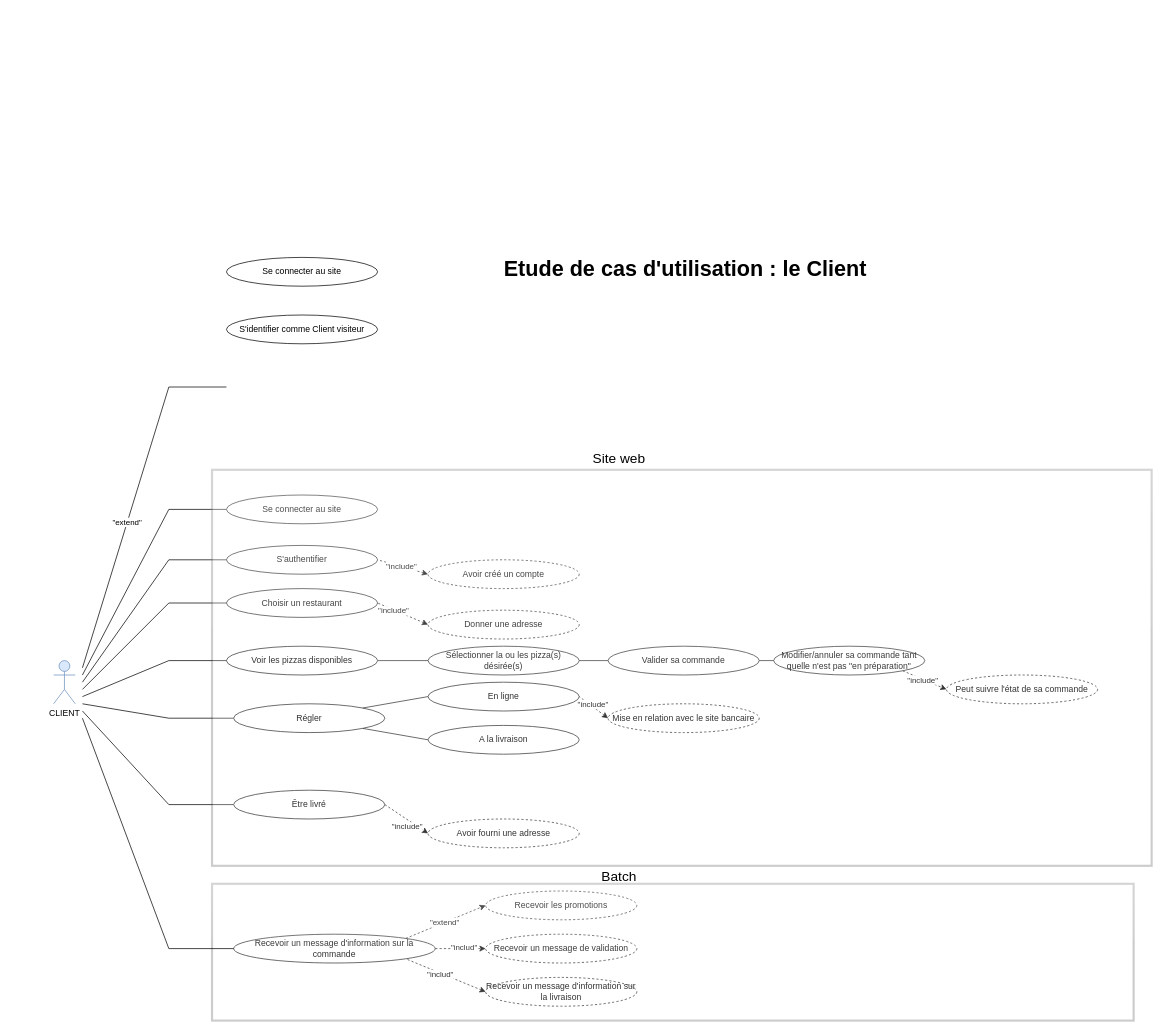
This is 1.drawio from OMorlotti/P4-analyser-les-besoin-de-mon-client-pour-son-groupe-de-pizzerias, a draw.io file, before an edit. Source tidied: cells renumbered, new cells numbered last; positions are measured from the earlier drawing's top-left corner, leaving out a move shared by most shapes. Both pictures are drawn from the tidied source at 72%, with x=0, y=0 at pixel (53, 250).
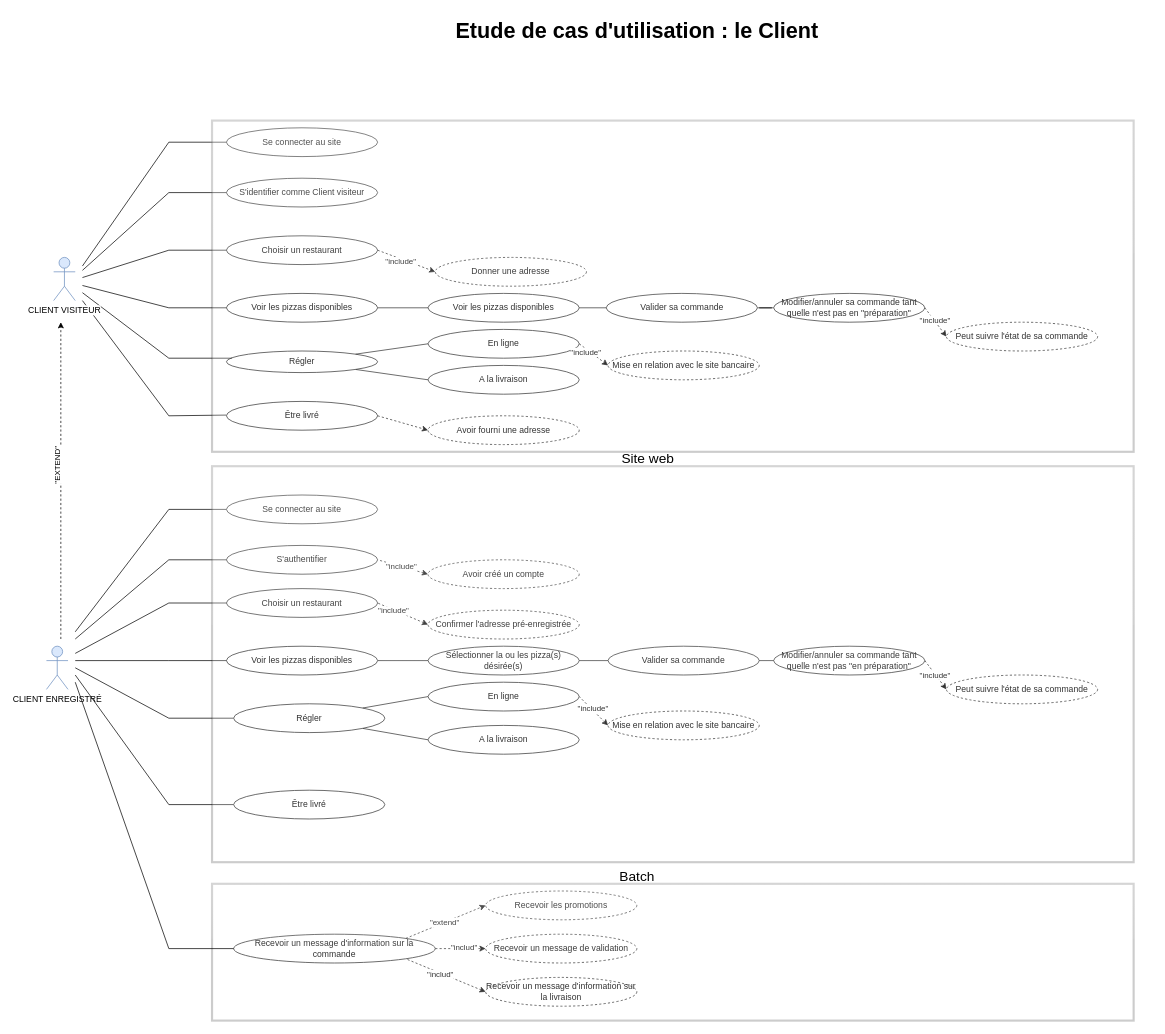
The same page after the edit.

Unchanged cells that the change refers to:
```xml
<mxCell id="16" value="Modifier/annuler sa commande tant quelle n'est pas &quot;en préparation&quot;" style="ellipse;whiteSpace=wrap;html=1;" parent="1" vertex="1">
  <mxGeometry x="1000" y="550" width="210" height="40" as="geometry" />
</mxCell>
<mxCell id="19" value="Peut suivre l'état de sa commande" style="ellipse;whiteSpace=wrap;html=1;dashed=1;" parent="1" vertex="1">
  <mxGeometry x="1240" y="590" width="210" height="40" as="geometry" />
</mxCell>
<mxCell id="32" value="Être livré" style="ellipse;whiteSpace=wrap;html=1;" parent="1" vertex="1">
  <mxGeometry x="250" y="750" width="210" height="40" as="geometry" />
</mxCell>
```

What changed in the source:
```diff
@@
-    <mxCell id="2" value="CLIENT" style="shape=umlActor;verticalLabelPosition=bottom;labelBackgroundColor=#ffffff;verticalAlign=top;html=1;fillColor=#dae8fc;strokeColor=#6c8ebf;" parent="1" vertex="1">
-      <mxGeometry y="570" width="30" height="60" as="geometry" />
+    <mxCell id="2" value="CLIENT ENREGISTRÉ" style="shape=umlActor;verticalLabelPosition=bottom;labelBackgroundColor=#ffffff;verticalAlign=top;html=1;fillColor=#dae8fc;strokeColor=#6c8ebf;" parent="1" vertex="1">
+      <mxGeometry x="-10" y="550" width="30" height="60" as="geometry" />
     </mxCell>
     <mxCell id="3" style="endArrow=none;html=1;endFill=0;" parent="1" edge="1">
       <mxGeometry relative="1" as="geometry">
-        <mxPoint x="40" y="590" as="sourcePoint" />
+        <mxPoint x="30" y="530" as="sourcePoint" />
         <mxPoint x="160" y="360" as="targetPoint" />
       </mxGeometry>
     </mxCell>
@@
     <mxCell id="9" style="endArrow=none;html=1;" parent="1" edge="1">
       <mxGeometry relative="1" as="geometry">
-        <mxPoint x="40" y="600" as="sourcePoint" />
+        <mxPoint x="30" y="540" as="sourcePoint" />
         <mxPoint x="160" y="430" as="targetPoint" />
       </mxGeometry>
     </mxCell>
@@
-    <mxCell id="17" style="endArrow=classic;dashed=1;html=1;exitX=1;exitY=1;exitDx=0;exitDy=0;entryX=0;entryY=0.5;entryDx=0;entryDy=0;startArrow=none;startFill=0;endFill=1;" parent="1" edge="1" source="16" target="19">
+    <mxCell id="17" style="endArrow=classic;dashed=1;html=1;exitX=1;exitY=0.5;exitDx=0;exitDy=0;entryX=0;entryY=0.5;entryDx=0;entryDy=0;startArrow=none;startFill=0;endFill=1;" parent="1" edge="1" source="16" target="19">
       <mxGeometry relative="1" as="geometry" />
     </mxCell>
@@
     <mxCell id="30" value="Mise en relation avec le site bancaire" style="ellipse;whiteSpace=wrap;html=1;dashed=1;" parent="1" vertex="1">
-      <mxGeometry x="770" y="630" width="210" height="40" as="geometry" />
+      <mxGeometry x="770" y="640" width="210" height="40" as="geometry" />
     </mxCell>
@@
-    <mxCell id="33" value="Avoir fourni une adresse" style="ellipse;whiteSpace=wrap;html=1;dashed=1;" parent="1" vertex="1">
-      <mxGeometry x="520" y="790" width="210" height="40" as="geometry" />
-    </mxCell>
@@
-    <mxCell id="36" value="Donner une adresse" style="ellipse;whiteSpace=wrap;html=1;dashed=1;" parent="1" vertex="1">
+    <mxCell id="36" value="Confirmer l'adresse pré-enregistrée" style="ellipse;whiteSpace=wrap;html=1;dashed=1;" parent="1" vertex="1">
       <mxGeometry x="520" y="500" width="210" height="40" as="geometry" />
     </mxCell>
@@
     <mxCell id="38" style="endArrow=none;html=1;" parent="1" edge="1">
       <mxGeometry relative="1" as="geometry">
-        <mxPoint x="40" y="610" as="sourcePoint" />
+        <mxPoint x="30" y="560" as="sourcePoint" />
         <mxPoint x="160" y="490" as="targetPoint" />
       </mxGeometry>
     </mxCell>
@@
-    <mxCell id="41" style="endArrow=classic;html=1;dashed=1;entryX=0;entryY=0.5;entryDx=0;entryDy=0;startArrow=none;startFill=0;endFill=1;exitX=1;exitY=0.5;exitDx=0;exitDy=0;" parent="1" edge="1" source="32" target="33">
-      <mxGeometry relative="1" as="geometry" />
-    </mxCell>
-    <mxCell id="42" value="&quot;include&quot;&lt;br&gt;" style="edgeLabel;html=1;align=center;verticalAlign=middle;" parent="41" vertex="1">
-      <mxGeometry x="0.41" y="1" relative="1" as="geometry">
-        <mxPoint x="-12.4" y="3.2" as="offset" />
-      </mxGeometry>
-    </mxCell>
     <mxCell id="43" style="endArrow=none;html=1;" parent="1" edge="1">
       <mxGeometry relative="1" as="geometry">
-        <mxPoint x="40" y="620" as="sourcePoint" />
+        <mxPoint x="30" y="570" as="sourcePoint" />
         <mxPoint x="160" y="570" as="targetPoint" />
       </mxGeometry>
     </mxCell>
     <mxCell id="44" style="endArrow=none;html=1;" parent="1" edge="1">
       <mxGeometry relative="1" as="geometry">
         <mxPoint x="160" y="650" as="sourcePoint" />
-        <mxPoint x="40" y="630" as="targetPoint" />
+        <mxPoint x="30" y="580" as="targetPoint" />
       </mxGeometry>
     </mxCell>
     <mxCell id="45" style="endArrow=none;html=1;" parent="1" edge="1">
       <mxGeometry relative="1" as="geometry">
         <mxPoint x="160" y="770" as="sourcePoint" />
-        <mxPoint x="40" y="640" as="targetPoint" />
+        <mxPoint x="30" y="590" as="targetPoint" />
       </mxGeometry>
     </mxCell>
     <mxCell id="46" value="&lt;font size=&quot;1&quot;&gt;&lt;b style=&quot;font-size: 30px&quot;&gt;Etude de cas d'utilisation : le Client&lt;/b&gt;&lt;/font&gt;" style="text;html=1;strokeColor=none;fillColor=#ffffff;align=center;verticalAlign=middle;whiteSpace=wrap;rounded=0;" parent="1" vertex="1">
-      <mxGeometry x="600" width="555" height="50" as="geometry" />
+      <mxGeometry x="532.5" y="-330" width="555" height="50" as="geometry" />
     </mxCell>
     <mxCell id="47" value="&lt;font style=&quot;font-size: 19px&quot;&gt;Site web&lt;/font&gt;" style="text;html=1;align=center;verticalAlign=middle;" parent="1" vertex="1">
-      <mxGeometry x="740" y="280" width="90" height="20" as="geometry" />
+      <mxGeometry x="780" y="280" width="90" height="20" as="geometry" />
     </mxCell>
@@
     <mxCell id="49" style="endArrow=none;html=1;" parent="1" edge="1">
       <mxGeometry relative="1" as="geometry">
-        <mxPoint x="40" y="650" as="sourcePoint" />
+        <mxPoint x="30" y="600" as="sourcePoint" />
         <mxPoint x="160" y="970" as="targetPoint" />
       </mxGeometry>
     </mxCell>
@@
     <mxCell id="60" value="&lt;font style=&quot;font-size: 19px&quot;&gt;Batch&lt;/font&gt;" style="text;html=1;align=center;verticalAlign=middle;" parent="1" vertex="1">
-      <mxGeometry x="755" y="860" width="60" height="20" as="geometry" />
+      <mxGeometry x="780" y="860" width="60" height="20" as="geometry" />
     </mxCell>
@@
     <mxCell id="62" style="rounded=0;whiteSpace=wrap;html=1;fillColor=#ffffff;strokeWidth=3;strokeColor=#000000;opacity=20;glass=1;perimeterSpacing=0;" parent="1" vertex="1">
-      <mxGeometry x="220" y="305" width="1305" height="550" as="geometry" />
+      <mxGeometry x="220" y="300" width="1280" height="550" as="geometry" />
     </mxCell>
     <mxCell id="63" style="endArrow=none;html=1;" parent="1" edge="1">
       <mxGeometry relative="1" as="geometry">
-        <mxPoint x="40" y="580" as="sourcePoint" />
-        <mxPoint x="160" y="190" as="targetPoint" />
+        <mxPoint x="40" y="70" as="sourcePoint" />
+        <mxPoint x="160" y="230" as="targetPoint" />
       </mxGeometry>
     </mxCell>
-    <mxCell id="64" value="&quot;extend&quot;" style="edgeLabel;html=1;align=center;verticalAlign=middle;rotation=0;" parent="63" vertex="1">
-      <mxGeometry x="0.04" y="1" relative="1" as="geometry" />
-    </mxCell>
     <mxCell id="65" style="endArrow=none;html=1;" parent="1" edge="1">
       <mxGeometry relative="1" as="geometry">
-        <mxPoint x="160" y="190" as="sourcePoint" />
-        <mxPoint x="240" y="190" as="targetPoint" />
+        <mxPoint x="160" y="230" as="sourcePoint" />
+        <mxPoint x="240" y="229" as="targetPoint" />
       </mxGeometry>
     </mxCell>
     <mxCell id="66" value="Se connecter au site" style="ellipse;whiteSpace=wrap;html=1;" parent="1" vertex="1">
-      <mxGeometry x="240" y="10" width="210" height="40" as="geometry" />
+      <mxGeometry x="240" y="-170" width="210" height="40" as="geometry" />
     </mxCell>
     <mxCell id="67" value="S'identifier comme Client visiteur" style="ellipse;whiteSpace=wrap;html=1;" parent="1" vertex="1">
-      <mxGeometry x="240" y="90" width="210" height="40" as="geometry" />
+      <mxGeometry x="240" y="-100" width="210" height="40" as="geometry" />
     </mxCell>
+    <mxCell id="68" value="Choisir un restaurant" style="ellipse;whiteSpace=wrap;html=1;" parent="1" vertex="1">
+      <mxGeometry x="240" y="-20" width="210" height="40" as="geometry" />
+    </mxCell>
+    <mxCell id="69" value="Donner une adresse" style="ellipse;whiteSpace=wrap;html=1;dashed=1;" parent="1" vertex="1">
+      <mxGeometry x="530" y="10" width="210" height="40" as="geometry" />
+    </mxCell>
+    <mxCell id="70" style="endArrow=classic;html=1;entryX=0;entryY=0.5;entryDx=0;entryDy=0;exitX=1;exitY=0.5;exitDx=0;exitDy=0;dashed=1;" parent="1" edge="1" source="68" target="69">
+      <mxGeometry relative="1" as="geometry" />
+    </mxCell>
+    <mxCell id="71" value="&quot;include&quot;" style="edgeLabel;html=1;align=center;verticalAlign=middle;" parent="70" vertex="1">
+      <mxGeometry x="-0.17" y="-3" relative="1" as="geometry" />
+    </mxCell>
+    <mxCell id="72" style="edgeStyle=orthogonalEdgeStyle;rounded=0;jettySize=auto;html=1;endArrow=none;endFill=0;" parent="1" edge="1" source="73" target="74">
+      <mxGeometry relative="1" as="geometry" />
+    </mxCell>
+    <mxCell id="73" value="Voir les pizzas disponibles" style="ellipse;whiteSpace=wrap;html=1;" parent="1" vertex="1">
+      <mxGeometry x="240" y="60" width="210" height="40" as="geometry" />
+    </mxCell>
+    <mxCell id="74" value="Voir les pizzas disponibles" style="ellipse;whiteSpace=wrap;html=1;" parent="1" vertex="1">
+      <mxGeometry x="520" y="60" width="210" height="40" as="geometry" />
+    </mxCell>
+    <mxCell id="75" style="edgeStyle=orthogonalEdgeStyle;rounded=0;jettySize=auto;html=1;endArrow=none;endFill=0;" parent="1" edge="1" source="76" target="77">
+      <mxGeometry relative="1" as="geometry" />
+    </mxCell>
+    <mxCell id="76" value="Valider sa commande" style="ellipse;whiteSpace=wrap;html=1;" parent="1" vertex="1">
+      <mxGeometry x="767.5" y="60" width="210" height="40" as="geometry" />
+    </mxCell>
+    <mxCell id="77" value="Modifier/annuler sa commande tant quelle n'est pas en &quot;préparation&quot;" style="ellipse;whiteSpace=wrap;html=1;" parent="1" vertex="1">
+      <mxGeometry x="1000" y="60" width="210" height="40" as="geometry" />
+    </mxCell>
+    <mxCell id="78" style="endArrow=none;html=1;entryX=0;entryY=0.5;entryDx=0;entryDy=0;exitX=1;exitY=0.5;exitDx=0;exitDy=0;" parent="1" edge="1" source="74" target="76">
+      <mxGeometry relative="1" as="geometry" />
+    </mxCell>
+    <mxCell id="79" value="Peut suivre l'état de sa commande" style="ellipse;whiteSpace=wrap;html=1;dashed=1;" parent="1" vertex="1">
+      <mxGeometry x="1240" y="100" width="210" height="40" as="geometry" />
+    </mxCell>
+    <mxCell id="80" style="endArrow=classic;html=1;entryX=0;entryY=0.5;entryDx=0;entryDy=0;exitX=1;exitY=0.5;exitDx=0;exitDy=0;dashed=1;" parent="1" edge="1" source="77" target="79">
+      <mxGeometry relative="1" as="geometry" />
+    </mxCell>
+    <mxCell id="81" value="&quot;include&quot;" style="edgeLabel;html=1;align=center;verticalAlign=middle;" parent="80" vertex="1">
+      <mxGeometry x="-0.18" y="1" relative="1" as="geometry" />
+    </mxCell>
+    <mxCell id="82" value="Régler" style="ellipse;whiteSpace=wrap;html=1;" parent="1" vertex="1">
+      <mxGeometry x="240" y="140" width="210" height="30" as="geometry" />
+    </mxCell>
+    <mxCell id="83" value="En ligne" style="ellipse;whiteSpace=wrap;html=1;" parent="1" vertex="1">
+      <mxGeometry x="520" y="110" width="210" height="40" as="geometry" />
+    </mxCell>
+    <mxCell id="84" value="A la livraison" style="ellipse;whiteSpace=wrap;html=1;" parent="1" vertex="1">
+      <mxGeometry x="520" y="160" width="210" height="40" as="geometry" />
+    </mxCell>
+    <mxCell id="85" style="endArrow=none;html=1;entryX=0;entryY=0.5;entryDx=0;entryDy=0;exitX=1;exitY=0;exitDx=0;exitDy=0;" parent="1" edge="1" source="82" target="83">
+      <mxGeometry relative="1" as="geometry" />
+    </mxCell>
+    <mxCell id="86" style="endArrow=none;html=1;exitX=1;exitY=1;exitDx=0;exitDy=0;entryX=0;entryY=0.5;entryDx=0;entryDy=0;" parent="1" edge="1" source="82" target="84">
+      <mxGeometry relative="1" as="geometry" />
+    </mxCell>
+    <mxCell id="87" value="Mise en relation avec le site bancaire" style="ellipse;whiteSpace=wrap;html=1;dashed=1;" parent="1" vertex="1">
+      <mxGeometry x="770" y="140" width="210" height="40" as="geometry" />
+    </mxCell>
+    <mxCell id="88" style="endArrow=classic;html=1;entryX=0;entryY=0.5;entryDx=0;entryDy=0;exitX=1;exitY=0.5;exitDx=0;exitDy=0;dashed=1;" parent="1" edge="1" source="83" target="87">
+      <mxGeometry relative="1" as="geometry" />
+    </mxCell>
+    <mxCell id="89" value="&quot;include&quot;" style="edgeLabel;html=1;align=center;verticalAlign=middle;" parent="88" vertex="1">
+      <mxGeometry x="-0.43" y="-4" relative="1" as="geometry" />
+    </mxCell>
+    <mxCell id="90" value="Être livré" style="ellipse;whiteSpace=wrap;html=1;" parent="1" vertex="1">
+      <mxGeometry x="240" y="210" width="210" height="40" as="geometry" />
+    </mxCell>
+    <mxCell id="33" value="Avoir fourni une adresse" style="ellipse;whiteSpace=wrap;html=1;dashed=1;" parent="1" vertex="1">
+      <mxGeometry x="520" y="230" width="210" height="40" as="geometry" />
+    </mxCell>
+    <mxCell id="91" style="endArrow=classic;dashed=1;html=1;exitX=1;exitY=0.5;exitDx=0;exitDy=0;entryX=0;entryY=0.5;entryDx=0;entryDy=0;endFill=1;" parent="1" edge="1" source="90" target="33">
+      <mxGeometry relative="1" as="geometry" />
+    </mxCell>
+    <mxCell id="92" style="endArrow=none;html=1;entryX=0;entryY=0.5;entryDx=0;entryDy=0;" parent="1" edge="1" target="66">
+      <mxGeometry relative="1" as="geometry">
+        <mxPoint x="160" y="-150" as="sourcePoint" />
+      </mxGeometry>
+    </mxCell>
+    <mxCell id="93" style="endArrow=none;html=1;entryX=0;entryY=0.5;entryDx=0;entryDy=0;" parent="1" edge="1" target="67">
+      <mxGeometry relative="1" as="geometry">
+        <mxPoint x="160" y="-80" as="sourcePoint" />
+      </mxGeometry>
+    </mxCell>
+    <mxCell id="94" style="endArrow=none;html=1;entryX=0;entryY=0.5;entryDx=0;entryDy=0;" parent="1" edge="1" target="68">
+      <mxGeometry relative="1" as="geometry">
+        <mxPoint x="160" as="sourcePoint" />
+      </mxGeometry>
+    </mxCell>
+    <mxCell id="95" style="endArrow=none;html=1;entryX=0;entryY=0.5;entryDx=0;entryDy=0;" parent="1" edge="1" target="73">
+      <mxGeometry relative="1" as="geometry">
+        <mxPoint x="160" y="80" as="sourcePoint" />
+      </mxGeometry>
+    </mxCell>
+    <mxCell id="96" style="endArrow=none;html=1;" parent="1" edge="1">
+      <mxGeometry relative="1" as="geometry">
+        <mxPoint x="40" y="59" as="sourcePoint" />
+        <mxPoint x="160" y="150" as="targetPoint" />
+      </mxGeometry>
+    </mxCell>
+    <mxCell id="97" style="endArrow=none;html=1;" parent="1" edge="1">
+      <mxGeometry relative="1" as="geometry">
+        <mxPoint x="40" y="49" as="sourcePoint" />
+        <mxPoint x="160" y="80" as="targetPoint" />
+      </mxGeometry>
+    </mxCell>
+    <mxCell id="98" style="endArrow=none;html=1;exitX=0.038;exitY=0.333;exitDx=0;exitDy=0;exitPerimeter=0;" parent="1" edge="1" source="82">
+      <mxGeometry relative="1" as="geometry">
+        <mxPoint x="160" y="150" as="targetPoint" />
+      </mxGeometry>
+    </mxCell>
+    <mxCell id="99" style="endArrow=none;html=1;endFill=0;" parent="1" edge="1">
+      <mxGeometry relative="1" as="geometry">
+        <mxPoint x="40" y="38" as="sourcePoint" />
+        <mxPoint x="160" as="targetPoint" />
+      </mxGeometry>
+    </mxCell>
+    <mxCell id="100" style="endArrow=none;html=1;" parent="1" edge="1">
+      <mxGeometry relative="1" as="geometry">
+        <mxPoint x="40" y="28" as="sourcePoint" />
+        <mxPoint x="160" y="-80" as="targetPoint" />
+      </mxGeometry>
+    </mxCell>
+    <mxCell id="101" style="endArrow=none;html=1;" parent="1" edge="1">
+      <mxGeometry relative="1" as="geometry">
+        <mxPoint x="40" y="22" as="sourcePoint" />
+        <mxPoint x="160" y="-150" as="targetPoint" />
+      </mxGeometry>
+    </mxCell>
+    <mxCell id="102" value="CLIENT VISITEUR" style="shape=umlActor;verticalLabelPosition=bottom;labelBackgroundColor=#ffffff;verticalAlign=top;html=1;fillColor=#dae8fc;strokeColor=#6c8ebf;" parent="1" vertex="1">
+      <mxGeometry y="10" width="30" height="60" as="geometry" />
+    </mxCell>
+    <mxCell id="103" style="endArrow=classic;html=1;dashed=1;" parent="1" edge="1">
+      <mxGeometry relative="1" as="geometry">
+        <mxPoint x="10" y="540" as="sourcePoint" />
+        <mxPoint x="10" y="100" as="targetPoint" />
+      </mxGeometry>
+    </mxCell>
+    <mxCell id="104" value="&quot;EXTEND&quot;&lt;br&gt;" style="edgeLabel;html=1;align=center;verticalAlign=middle;rotation=270;" parent="103" vertex="1">
+      <mxGeometry x="0.25" y="2" relative="1" as="geometry">
+        <mxPoint x="-3" y="35" as="offset" />
+      </mxGeometry>
+    </mxCell>
+    <mxCell id="105" style="rounded=0;whiteSpace=wrap;html=1;fillColor=#ffffff;strokeWidth=3;strokeColor=#000000;opacity=20;glass=1;perimeterSpacing=0;" parent="1" vertex="1">
+      <mxGeometry x="220" y="-180" width="1280" height="460" as="geometry" />
+    </mxCell>
```
